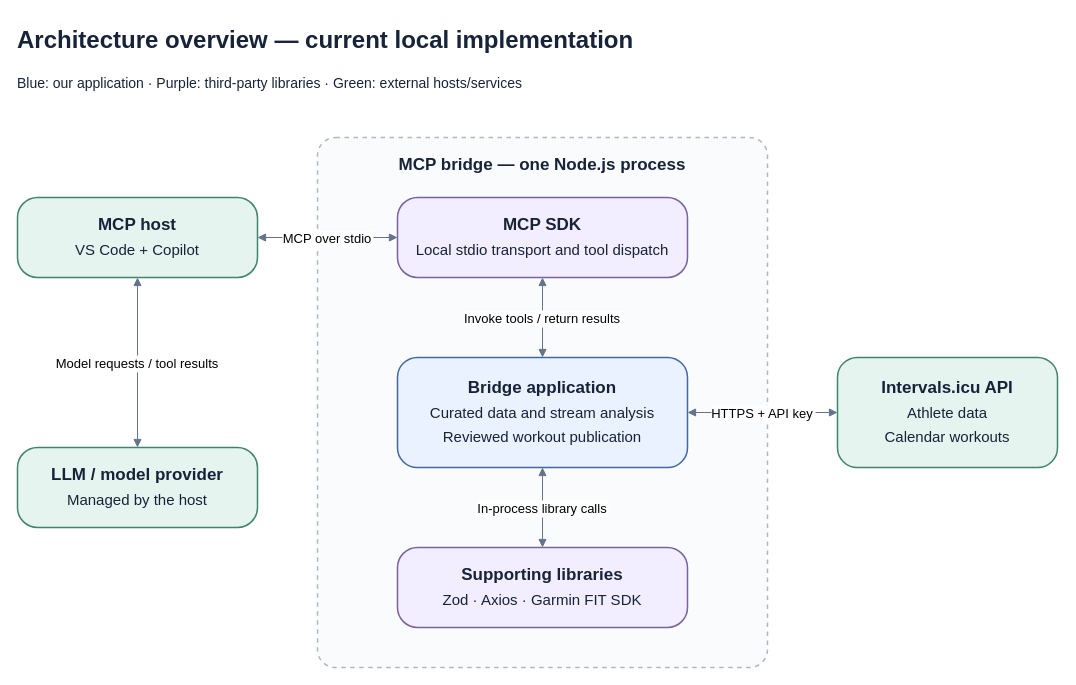
Before: docs/diagrams/architecture.drawio in Teszy/intervals-mcp-bridge, a draw.io diagram. Source tidied: cells renumbered, new cells numbered last; positions are measured from the earlier drawing's top-left corner, leaving out a move shared by most shapes. Both pictures are drawn from the tidied source at 100%, with x=0, y=0 at pixel (17, 17).
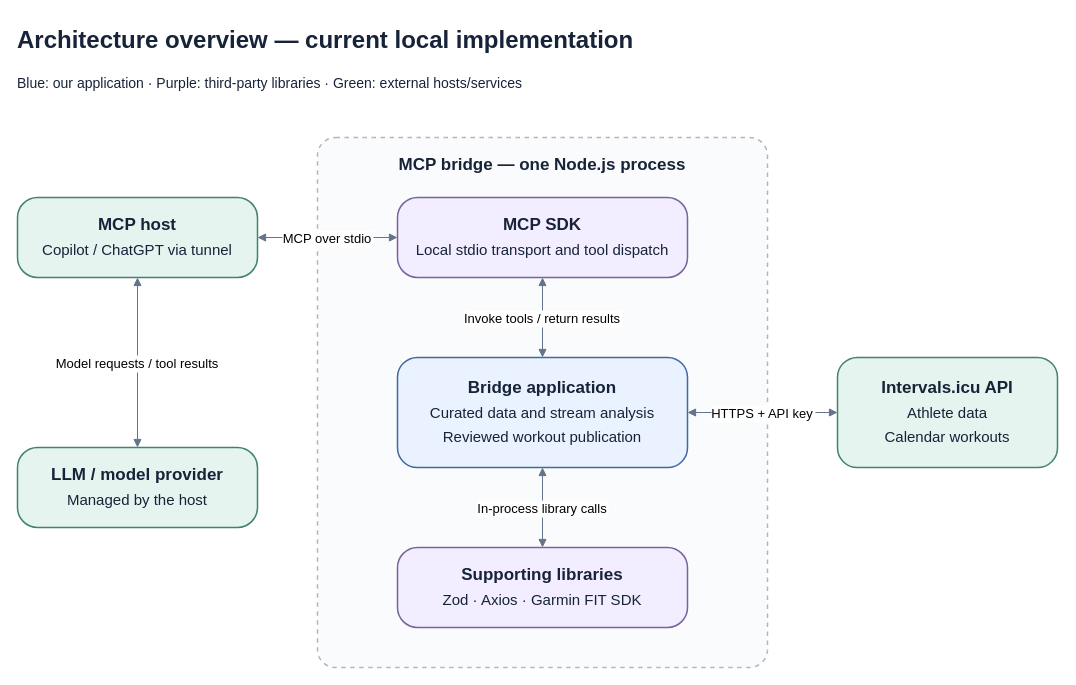
The same page after the edit.

Commit message (it also covers changes not shown here):
fix: preserve athlete zone settings and document verified ChatGPT access (#24)

Unchanged cells that the change refers to:
```xml
<mxCell id="6" style="rounded=1;whiteSpace=wrap;html=0;fillColor=#e5f4ef;strokeColor=#40836e;fontSize=16;fontFamily=Arial;fontColor=#172338;strokeWidth=1.5;arcSize=25;absoluteArcSize=0;" parent="1" vertex="1">
  <mxGeometry y="180" width="240" height="80" as="geometry" />
</mxCell>
```

The edit, as a diff of the source:
```diff
@@
-    <mxCell id="8" value="VS Code + Copilot" style="text;html=0;whiteSpace=wrap;align=center;verticalAlign=middle;spacing=0;fontFamily=Arial;fontColor=#172338;fontSize=15;fontStyle=0;strokeColor=none;fillColor=none;" parent="6" vertex="1">
+    <mxCell id="8" value="Copilot / ChatGPT via tunnel" style="text;html=0;whiteSpace=wrap;align=center;verticalAlign=middle;spacing=0;fontFamily=Arial;fontColor=#172338;fontSize=15;fontStyle=0;strokeColor=none;fillColor=none;" parent="6" vertex="1">
       <mxGeometry y="40" width="240" height="24" as="geometry" />
     </mxCell>
```
